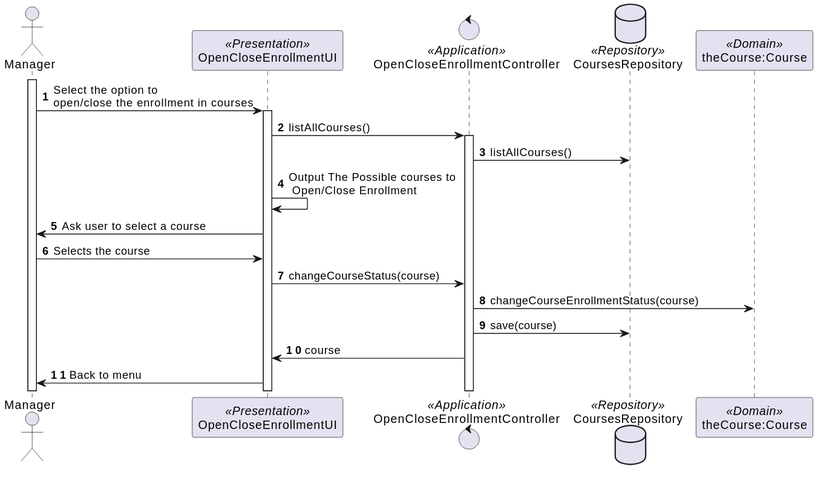
Before: docs/SPRINT B/US1003 - Open and close course Enrollment/US1003-SD.svg, a diagram exported from PlantUML (mascenso/isep-sem4-lapr4). Its diagram source:
```plantuml
@startuml

autonumber

actor Manager as Actor
activate Actor
participant OpenCloseEnrollmentUI as UI <<Presentation>>
control OpenCloseEnrollmentController as Controller <<Application>>
database CoursesRepository as Repository <<Repository>>
participant "theCourse:Course" as Course <<Domain>>

Actor -> UI: Select the option to \nopen/close the enrollment in courses
activate UI
UI -> Controller: listAllCourses()
activate Controller
Controller -> Repository: listAllCourses()
UI -> UI: Output The Possible courses to \n Open/Close Enrollment
Actor <- UI: Ask user to select a course
Actor -> UI: Selects the course
UI -> Controller: changeCourseStatus(course)
Controller -> Course: changeCourseEnrollmentStatus(course)
Controller -> Repository: save(course)
UI <- Controller: course
Actor <- UI: Back to menu
@enduml
```
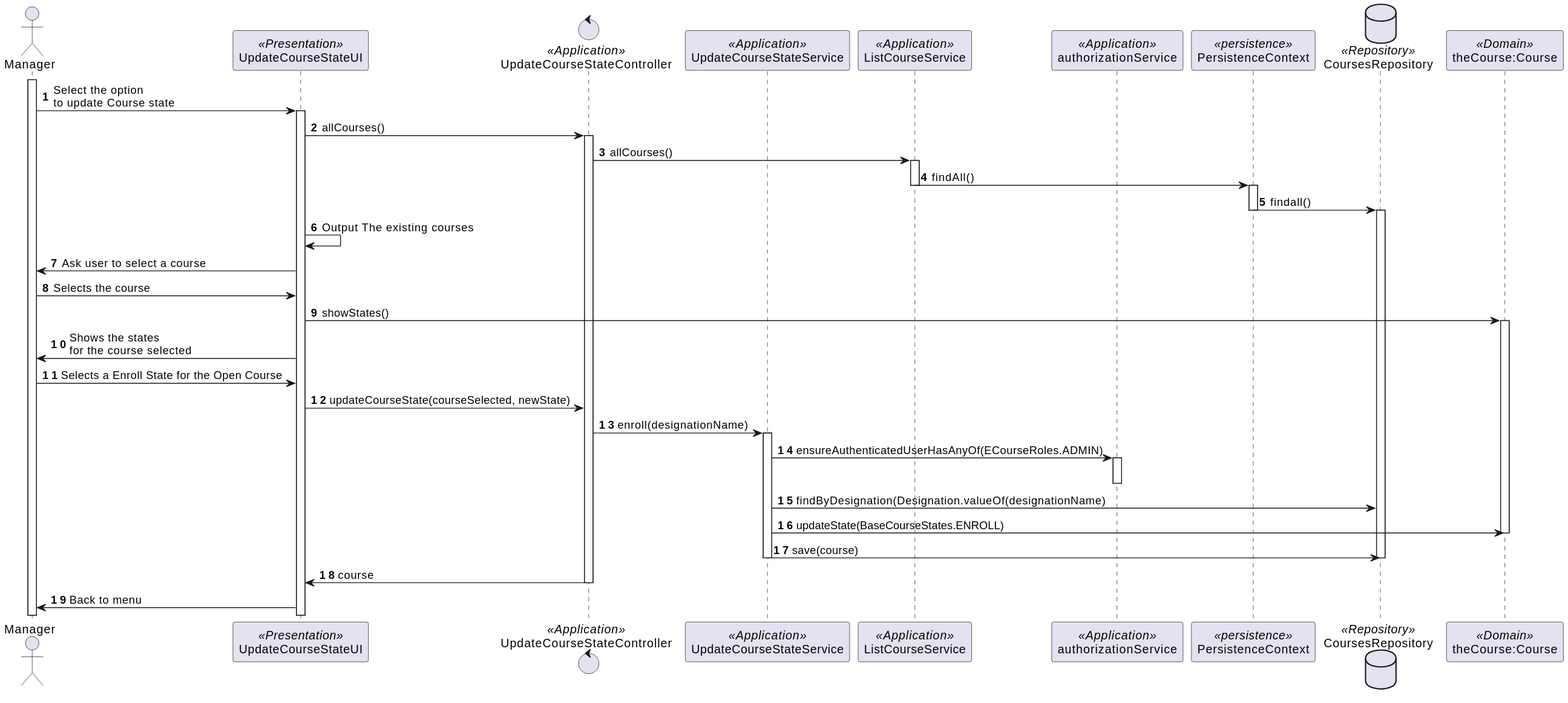
The same file after the commit.

What changed in the source:
```diff
@@ -4,22 +4,47 @@
 
 actor Manager as Actor
 activate Actor
-participant OpenCloseEnrollmentUI as UI <<Presentation>>
-control OpenCloseEnrollmentController as Controller <<Application>>
+participant UpdateCourseStateUI as UI <<Presentation>>
+control UpdateCourseStateController as Controller <<Application>>
+participant UpdateCourseStateService as UpdateService <<Application>>
+participant ListCourseService as ListService <<Application>>
+participant authorizationService as AuthService <<Application>>
+participant PersistenceContext as Persistence <<persistence>>
 database CoursesRepository as Repository <<Repository>>
 participant "theCourse:Course" as Course <<Domain>>
 
-Actor -> UI: Select the option to \nopen/close the enrollment in courses
+Actor -> UI: Select the option \nto update Course state
 activate UI
-UI -> Controller: listAllCourses()
+UI -> Controller: allCourses()
 activate Controller
-Controller -> Repository: listAllCourses()
-UI -> UI: Output The Possible courses to \n Open/Close Enrollment
+Controller -> ListService: allCourses()
+activate ListService
+ListService -> Persistence: findAll()
+deactivate ListService
+activate Persistence
+Persistence -> Repository: findall()
+deactivate Persistence
+activate Repository
+UI -> UI: Output The existing courses
 Actor <- UI: Ask user to select a course
 Actor -> UI: Selects the course
-UI -> Controller: changeCourseStatus(course)
-Controller -> Course: changeCourseEnrollmentStatus(course)
-Controller -> Repository: save(course)
+UI -> Course: showStates()
+activate Course
+UI -> Actor: Shows the states \nfor the course selected
+Actor -> UI: Selects a Enroll State for the Open Course
+UI -> Controller: updateCourseState(courseSelected, newState)
+Controller -> UpdateService: enroll(designationName)
+activate UpdateService
+UpdateService -> AuthService: ensureAuthenticatedUserHasAnyOf(ECourseRoles.ADMIN)
+activate AuthService
+deactivate AuthService
+UpdateService -> Repository: findByDesignation(Designation.valueOf(designationName)
+UpdateService -> Course: updateState(BaseCourseStates.ENROLL)
+deactivate Course
+UpdateService -> Repository: save(course)
+deactivate UpdateService
+deactivate Repository
 UI <- Controller: course
+deactivate Controller
 Actor <- UI: Back to menu
 @enduml
```
